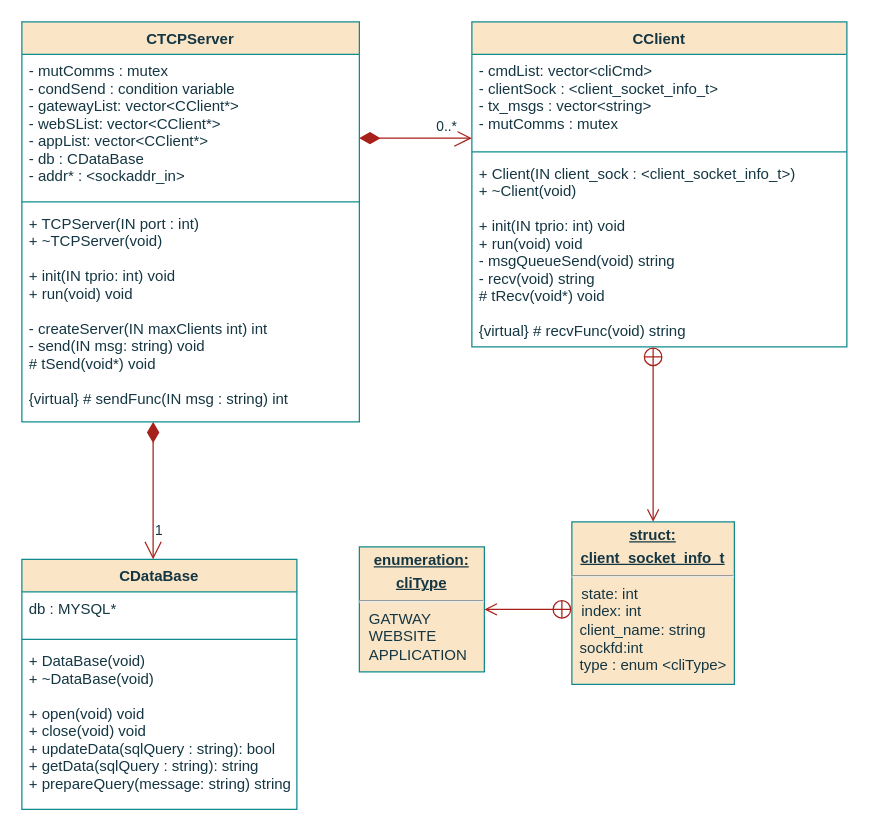
Above: page "Class" (2 of 12) of documentation/flowcharts/RS/RS.drawio in ESRGgroup9/slipad (draw.io), before the change. Source tidied: cells renumbered, new cells numbered last; positions are measured from the earlier drawing's top-left corner, leaving out a move shared by most shapes. Both pictures are drawn from the tidied source at 125%, with x=0, y=0 at pixel (21, 21).
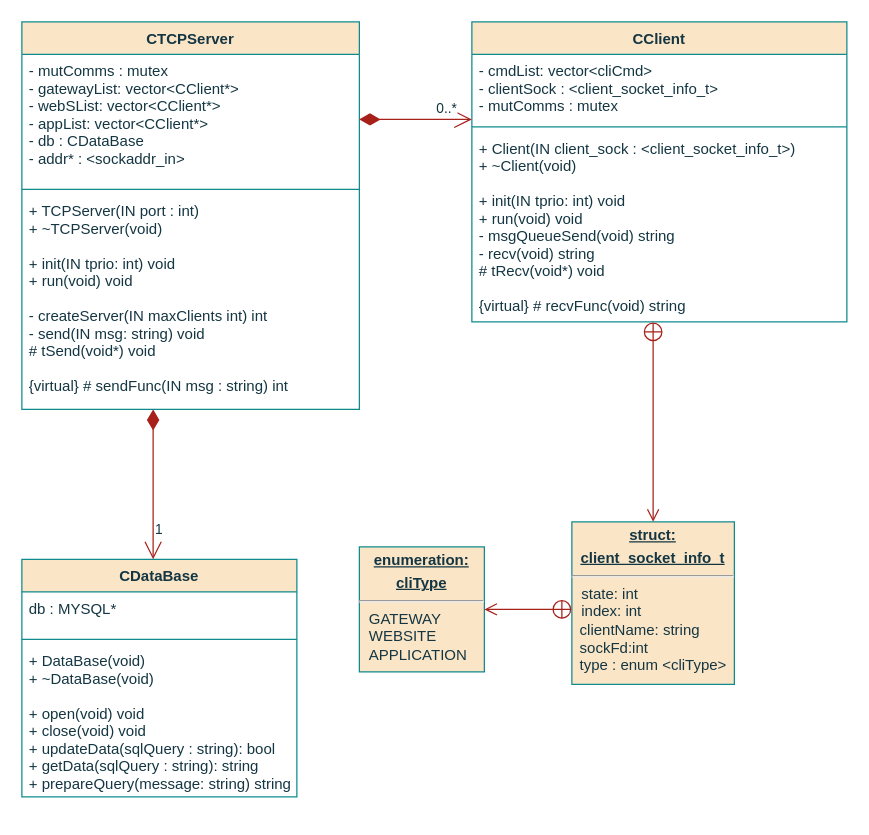
The same diagram, later.

What changed in the source:
```diff
@@
     <mxCell id="2" value="CTCPServer" style="swimlane;fontStyle=1;align=center;verticalAlign=top;horizontal=1;startSize=26;fillColor=#FAE5C7;strokeColor=#0F8B8D;fontColor=#143642;" parent="1" vertex="1">
-      <mxGeometry width="270" height="320" as="geometry" />
+      <mxGeometry width="270" height="310" as="geometry" />
     </mxCell>
-    <mxCell id="3" value="-  mutComms : mutex&#10;- condSend : condition variable&#10;- gatewayList: vector&lt;CClient*&gt;&#10;- webSList: vector&lt;CClient*&gt;&#10;- appList: vector&lt;CClient*&gt;&#10;- db : CDataBase&#10;- addr* : &lt;sockaddr_in&gt;" style="text;strokeColor=none;fillColor=none;align=left;verticalAlign=top;spacingLeft=4;spacingRight=4;overflow=hidden;points=[[0,0.5],[1,0.5]];portConstraint=eastwest;fontColor=#143642;" parent="2" vertex="1">
-      <mxGeometry y="26" width="270" height="114" as="geometry" />
+    <mxCell id="3" value="-  mutComms : mutex&#10;- gatewayList: vector&lt;CClient*&gt;&#10;- webSList: vector&lt;CClient*&gt;&#10;- appList: vector&lt;CClient*&gt;&#10;- db : CDataBase&#10;- addr* : &lt;sockaddr_in&gt;" style="text;strokeColor=none;fillColor=none;align=left;verticalAlign=top;spacingLeft=4;spacingRight=4;overflow=hidden;points=[[0,0.5],[1,0.5]];portConstraint=eastwest;fontColor=#143642;" parent="2" vertex="1">
+      <mxGeometry y="26" width="270" height="104" as="geometry" />
     </mxCell>
     <mxCell id="4" style="line;strokeWidth=1;fillColor=none;align=left;verticalAlign=middle;spacingTop=-1;spacingLeft=3;spacingRight=3;labelPosition=right;labelBackgroundColor=#DAD2D8;strokeColor=#0F8B8D;fontColor=#143642;" parent="2" vertex="1">
-      <mxGeometry y="140" width="270" height="8" as="geometry" />
+      <mxGeometry y="130" width="270" height="8" as="geometry" />
     </mxCell>
     <mxCell id="5" value="+ TCPServer(IN port : int)&#10;+ ~TCPServer(void)&#10;&#10;+ init(IN  tprio: int) void&#10;+ run(void) void&#10;&#10;- createServer(IN maxClients int) int &#10;- send(IN msg: string) void&#10;# tSend(void*) void&#10;&#10;{virtual} # sendFunc(IN msg : string) int " style="text;strokeColor=none;fillColor=none;align=left;verticalAlign=top;spacingLeft=4;spacingRight=4;overflow=hidden;points=[[0,0.5],[1,0.5]];portConstraint=eastwest;fontColor=#143642;" parent="2" vertex="1">
-      <mxGeometry y="148" width="270" height="172" as="geometry" />
+      <mxGeometry y="138" width="270" height="172" as="geometry" />
     </mxCell>
     <mxCell id="6" value="CClient" style="swimlane;fontStyle=1;align=center;verticalAlign=top;horizontal=1;startSize=26;fillColor=#FAE5C7;strokeColor=#0F8B8D;fontColor=#143642;" parent="1" vertex="1">
-      <mxGeometry x="360" width="300" height="260" as="geometry" />
+      <mxGeometry x="360" width="300" height="240" as="geometry" />
     </mxCell>
-    <mxCell id="7" value="- cmdList: vector&lt;cliCmd&gt;&#10;- clientSock : &lt;client_socket_info_t&gt;&#10;- tx_msgs : vector&lt;string&gt;&#10;- mutComms : mutex&#10;" style="text;strokeColor=none;fillColor=none;align=left;verticalAlign=top;spacingLeft=4;spacingRight=4;overflow=hidden;points=[[0,0.5],[1,0.5]];portConstraint=eastwest;fontColor=#143642;" parent="6" vertex="1">
-      <mxGeometry y="26" width="300" height="74" as="geometry" />
+    <mxCell id="7" value="- cmdList: vector&lt;cliCmd&gt;&#10;- clientSock : &lt;client_socket_info_t&gt;&#10;- mutComms : mutex&#10;" style="text;strokeColor=none;fillColor=none;align=left;verticalAlign=top;spacingLeft=4;spacingRight=4;overflow=hidden;points=[[0,0.5],[1,0.5]];portConstraint=eastwest;fontColor=#143642;" parent="6" vertex="1">
+      <mxGeometry y="26" width="300" height="54" as="geometry" />
     </mxCell>
     <mxCell id="8" style="line;strokeWidth=1;fillColor=none;align=left;verticalAlign=middle;spacingTop=-1;spacingLeft=3;spacingRight=3;labelPosition=right;labelBackgroundColor=#DAD2D8;strokeColor=#0F8B8D;fontColor=#143642;" parent="6" vertex="1">
-      <mxGeometry y="100" width="300" height="8" as="geometry" />
+      <mxGeometry y="80" width="300" height="8" as="geometry" />
     </mxCell>
     <mxCell id="9" value="+ Client(IN client_sock : &lt;client_socket_info_t&gt;)&#10;+ ~Client(void)&#10;&#10;+ init(IN tprio: int) void&#10;+ run(void) void&#10;- msgQueueSend(void) string&#10;- recv(void) string&#10;# tRecv(void*) void&#10;&#10;{virtual} # recvFunc(void) string" style="text;strokeColor=none;fillColor=none;align=left;verticalAlign=top;spacingLeft=4;spacingRight=4;overflow=hidden;points=[[0,0.5],[1,0.5]];portConstraint=eastwest;fontColor=#143642;" parent="6" vertex="1">
-      <mxGeometry y="108" width="300" height="152" as="geometry" />
+      <mxGeometry y="88" width="300" height="152" as="geometry" />
     </mxCell>
-    <mxCell id="10" value="&lt;p style=&quot;margin: 0px ; margin-top: 4px ; text-align: center ; text-decoration: underline&quot;&gt;&lt;b&gt;enumeration:&lt;/b&gt;&lt;/p&gt;&lt;p style=&quot;margin: 0px ; margin-top: 4px ; text-align: center ; text-decoration: underline&quot;&gt;&lt;b&gt;cliType&lt;/b&gt;&lt;/p&gt;&lt;hr&gt;&lt;p style=&quot;margin: 0px ; margin-left: 8px&quot;&gt;GATWAY&lt;/p&gt;&lt;p style=&quot;margin: 0px ; margin-left: 8px&quot;&gt;WEBSITE&lt;/p&gt;&lt;p style=&quot;margin: 0px ; margin-left: 8px&quot;&gt;APPLICATION&lt;br&gt;&lt;/p&gt;" style="verticalAlign=top;align=left;overflow=fill;fontSize=12;fontFamily=Helvetica;html=1;fillColor=#FAE5C7;strokeColor=#0F8B8D;fontColor=#143642;" parent="1" vertex="1">
+    <mxCell id="10" value="&lt;p style=&quot;margin: 0px ; margin-top: 4px ; text-align: center ; text-decoration: underline&quot;&gt;&lt;b&gt;enumeration:&lt;/b&gt;&lt;/p&gt;&lt;p style=&quot;margin: 0px ; margin-top: 4px ; text-align: center ; text-decoration: underline&quot;&gt;&lt;b&gt;cliType&lt;/b&gt;&lt;/p&gt;&lt;hr&gt;&lt;p style=&quot;margin: 0px ; margin-left: 8px&quot;&gt;GATEWAY&lt;/p&gt;&lt;p style=&quot;margin: 0px ; margin-left: 8px&quot;&gt;WEBSITE&lt;/p&gt;&lt;p style=&quot;margin: 0px ; margin-left: 8px&quot;&gt;APPLICATION&lt;br&gt;&lt;/p&gt;" style="verticalAlign=top;align=left;overflow=fill;fontSize=12;fontFamily=Helvetica;html=1;fillColor=#FAE5C7;strokeColor=#0F8B8D;fontColor=#143642;" parent="1" vertex="1">
       <mxGeometry x="270" y="420" width="100" height="100" as="geometry" />
     </mxCell>
     <mxCell id="11" value="CDataBase" style="swimlane;fontStyle=1;align=center;verticalAlign=top;horizontal=1;startSize=26;fillColor=#FAE5C7;strokeColor=#0F8B8D;fontColor=#143642;" parent="1" vertex="1">
-      <mxGeometry y="430" width="220" height="200" as="geometry" />
+      <mxGeometry y="430" width="220" height="190" as="geometry" />
     </mxCell>
@@
     <mxCell id="14" value="+ DataBase(void)&#10;+ ~DataBase(void)&#10;&#10;+ open(void) void&#10;+ close(void) void&#10;+ updateData(sqlQuery : string): bool&#10;+ getData(sqlQuery : string): string&#10;+ prepareQuery(message: string) string" style="text;strokeColor=none;fillColor=none;align=left;verticalAlign=top;spacingLeft=4;spacingRight=4;overflow=hidden;fontColor=#143642;" parent="11" vertex="1">
-      <mxGeometry y="68" width="220" height="132" as="geometry" />
+      <mxGeometry y="68" width="220" height="122" as="geometry" />
     </mxCell>
@@
     <mxCell id="16" value="0..*" style="endArrow=open;html=1;endSize=12;startArrow=diamondThin;startSize=14;startFill=1;edgeStyle=orthogonalEdgeStyle;align=left;verticalAlign=bottom;rounded=1;labelBackgroundColor=default;sketch=0;fontColor=#143642;strokeColor=#A8201A;fillColor=#FAE5C7;curved=0;" parent="1" edge="1" source="3" target="7">
       <mxGeometry x="0.33" relative="1" as="geometry">
         <Array as="points">
-          <mxPoint x="340" y="93" />
-          <mxPoint x="340" y="93" />
+          <mxPoint x="340" y="78" />
+          <mxPoint x="340" y="78" />
         </Array>
       </mxGeometry>
     </mxCell>
-    <mxCell id="17" value="&lt;p style=&quot;margin: 0px ; margin-top: 4px ; text-align: center ; text-decoration: underline&quot;&gt;&lt;b&gt;struct:&lt;/b&gt;&lt;/p&gt;&lt;p style=&quot;margin: 0px ; margin-top: 4px ; text-align: center ; text-decoration: underline&quot;&gt;&lt;b&gt;client_socket_info_t&lt;br&gt;&lt;/b&gt;&lt;/p&gt;&lt;hr&gt;&lt;p style=&quot;margin: 0px ; margin-left: 8px&quot;&gt;state: int&lt;/p&gt;&lt;p style=&quot;margin: 0px ; margin-left: 8px&quot;&gt;&lt;span class=&quot;pl-c1&quot;&gt;index&lt;/span&gt;: int&lt;/p&gt;&lt;div&gt;&amp;nbsp; client_name: string&lt;/div&gt;&lt;div&gt;&amp;nbsp; sockfd:int&lt;/div&gt;&lt;div&gt;&amp;nbsp; type : enum &amp;lt;cliType&amp;gt;&lt;/div&gt;" style="verticalAlign=top;align=left;overflow=fill;fontSize=12;fontFamily=Helvetica;html=1;fillColor=#FAE5C7;strokeColor=#0F8B8D;fontColor=#143642;" parent="1" vertex="1">
+    <mxCell id="17" value="&lt;p style=&quot;margin: 0px ; margin-top: 4px ; text-align: center ; text-decoration: underline&quot;&gt;&lt;b&gt;struct:&lt;/b&gt;&lt;/p&gt;&lt;p style=&quot;margin: 0px ; margin-top: 4px ; text-align: center ; text-decoration: underline&quot;&gt;&lt;b&gt;client_socket_info_t&lt;br&gt;&lt;/b&gt;&lt;/p&gt;&lt;hr&gt;&lt;p style=&quot;margin: 0px ; margin-left: 8px&quot;&gt;state: int&lt;/p&gt;&lt;p style=&quot;margin: 0px ; margin-left: 8px&quot;&gt;&lt;span class=&quot;pl-c1&quot;&gt;index&lt;/span&gt;: int&lt;/p&gt;&lt;div&gt;&amp;nbsp; clientName: string&lt;/div&gt;&lt;div&gt;&amp;nbsp; sockFd:int&lt;/div&gt;&lt;div&gt;&amp;nbsp; type : enum &amp;lt;cliType&amp;gt;&lt;/div&gt;" style="verticalAlign=top;align=left;overflow=fill;fontSize=12;fontFamily=Helvetica;html=1;fillColor=#FAE5C7;strokeColor=#0F8B8D;fontColor=#143642;" parent="1" vertex="1">
       <mxGeometry x="440" y="400" width="130" height="130" as="geometry" />
     </mxCell>
```
